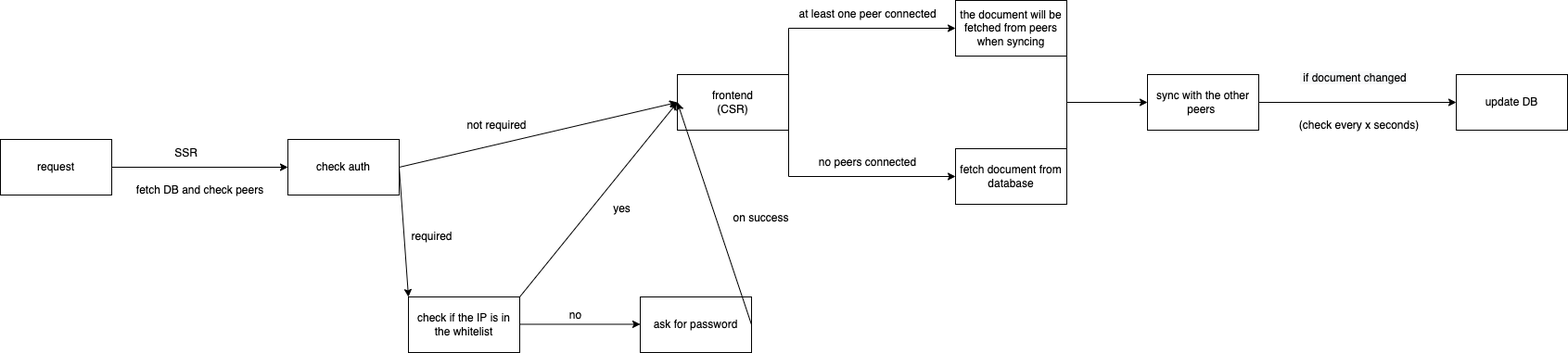
This is assets/bytecrowds.drawio.png from Bytecrowds/bytecrowds, a draw.io export, as it was before one commit. Source tidied: cells renumbered, new cells last; positions are measured from the earlier drawing's top-left corner, leaving out a move shared by most shapes.
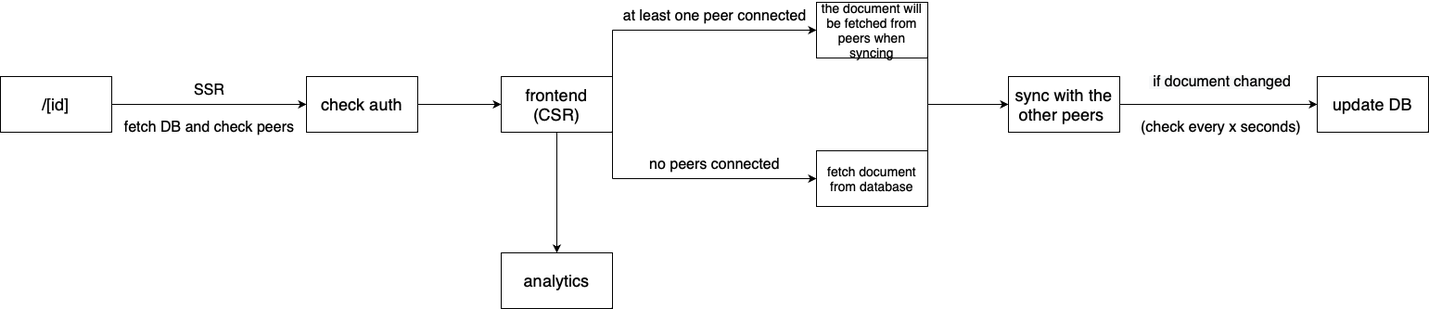
The same diagram one commit later.

Change to the diagram source:
```diff
@@ -2,127 +2,97 @@
   <root>
     <mxCell id="0" />
     <mxCell id="1" parent="0" />
-    <mxCell id="2" value="request" style="rounded=0;whiteSpace=wrap;html=1;fontSize=12;" parent="1" vertex="1">
+    <mxCell id="2" value="&lt;font style=&quot;font-size: 18px;&quot;&gt;/[id]&lt;/font&gt;" style="rounded=0;whiteSpace=wrap;html=1;fontSize=12;" parent="1" vertex="1">
       <mxGeometry y="150" width="120" height="60" as="geometry" />
     </mxCell>
     <mxCell id="3" style="endArrow=classic;html=1;rounded=0;entryX=0;entryY=0.5;entryDx=0;entryDy=0;exitX=1;exitY=0.5;exitDx=0;exitDy=0;startArrow=none;" parent="1" edge="1" source="22" target="4">
       <mxGeometry relative="1" as="geometry" />
     </mxCell>
-    <mxCell id="4" value="frontend&lt;br&gt;(CSR)" style="rounded=0;whiteSpace=wrap;html=1;" parent="1" vertex="1">
-      <mxGeometry x="730" y="80" width="120" height="60" as="geometry" />
+    <mxCell id="4" value="&lt;font style=&quot;font-size: 18px;&quot;&gt;frontend&lt;br&gt;(CSR)&lt;/font&gt;" style="rounded=0;whiteSpace=wrap;html=1;" parent="1" vertex="1">
+      <mxGeometry x="540" y="150" width="120" height="60" as="geometry" />
     </mxCell>
-    <mxCell id="5" value="SSR" style="text;html=1;align=center;verticalAlign=middle;strokeColor=none;fillColor=none;" parent="1" vertex="1">
-      <mxGeometry x="175" y="150" width="50" height="30" as="geometry" />
+    <mxCell id="5" value="&lt;font style=&quot;font-size: 16px;&quot;&gt;SSR&lt;/font&gt;" style="text;html=1;align=center;verticalAlign=middle;strokeColor=none;fillColor=none;" parent="1" vertex="1">
+      <mxGeometry x="195" y="150" width="60" height="30" as="geometry" />
     </mxCell>
-    <mxCell id="6" value="fetch DB and check peers" style="text;html=1;align=center;verticalAlign=middle;strokeColor=none;fillColor=none;" parent="1" vertex="1">
-      <mxGeometry x="135" y="190" width="160" height="30" as="geometry" />
+    <mxCell id="6" value="&lt;font style=&quot;font-size: 16px;&quot;&gt;fetch DB and check peers&lt;/font&gt;" style="text;html=1;align=center;verticalAlign=middle;strokeColor=none;fillColor=none;" parent="1" vertex="1">
+      <mxGeometry x="120" y="190" width="210" height="30" as="geometry" />
     </mxCell>
-    <mxCell id="7" value="at least one peer connected" style="text;html=1;align=center;verticalAlign=middle;strokeColor=none;fillColor=none;fontSize=12;" parent="1" vertex="1">
-      <mxGeometry x="850" width="170" height="30" as="geometry" />
+    <mxCell id="7" value="&lt;font style=&quot;font-size: 16px;&quot;&gt;at least one peer connected&lt;/font&gt;" style="text;html=1;align=center;verticalAlign=middle;strokeColor=none;fillColor=none;fontSize=12;" parent="1" vertex="1">
+      <mxGeometry x="660" y="70" width="220" height="30" as="geometry" />
     </mxCell>
-    <mxCell id="8" value="sync with the other peers&amp;nbsp;" style="rounded=0;whiteSpace=wrap;html=1;" parent="1" vertex="1">
-      <mxGeometry x="1237" y="80" width="120" height="60" as="geometry" />
+    <mxCell id="8" value="&lt;font style=&quot;font-size: 18px;&quot;&gt;sync with the other peers&amp;nbsp;&lt;/font&gt;" style="rounded=0;whiteSpace=wrap;html=1;" parent="1" vertex="1">
+      <mxGeometry x="1087" y="150" width="120" height="60" as="geometry" />
     </mxCell>
     <mxCell id="9" style="endArrow=classic;html=1;rounded=0;entryX=0;entryY=0.5;entryDx=0;entryDy=0;" parent="1" edge="1" target="8">
       <mxGeometry relative="1" as="geometry">
-        <mxPoint x="1150" y="110" as="sourcePoint" />
+        <mxPoint x="1000" y="180" as="sourcePoint" />
       </mxGeometry>
     </mxCell>
     <mxCell id="10" style="endArrow=none;html=1;rounded=0;fontSize=12;" parent="1" edge="1">
       <mxGeometry relative="1" as="geometry">
-        <mxPoint x="850" y="140" as="sourcePoint" />
-        <mxPoint x="850" y="190" as="targetPoint" />
+        <mxPoint x="660" y="210" as="sourcePoint" />
+        <mxPoint x="660" y="260" as="targetPoint" />
       </mxGeometry>
     </mxCell>
     <mxCell id="11" style="endArrow=classic;html=1;rounded=0;entryX=0;entryY=0.5;entryDx=0;entryDy=0;" parent="1" edge="1" target="12">
       <mxGeometry relative="1" as="geometry">
-        <mxPoint x="850" y="190" as="sourcePoint" />
+        <mxPoint x="660" y="260" as="sourcePoint" />
       </mxGeometry>
     </mxCell>
-    <mxCell id="12" value="fetch document from database" style="rounded=0;whiteSpace=wrap;html=1;" parent="1" vertex="1">
-      <mxGeometry x="1030" y="160" width="120" height="60" as="geometry" />
+    <mxCell id="12" value="&lt;font style=&quot;font-size: 14px;&quot;&gt;fetch document from database&lt;/font&gt;" style="rounded=0;whiteSpace=wrap;html=1;" parent="1" vertex="1">
+      <mxGeometry x="880" y="230" width="120" height="60" as="geometry" />
     </mxCell>
-    <mxCell id="13" value="no peers connected" style="text;html=1;align=center;verticalAlign=middle;strokeColor=none;fillColor=none;fontSize=12;" parent="1" vertex="1">
-      <mxGeometry x="870" y="160" width="130" height="30" as="geometry" />
+    <mxCell id="13" value="&lt;font style=&quot;font-size: 16px;&quot;&gt;no peers connected&lt;/font&gt;" style="text;html=1;align=center;verticalAlign=middle;strokeColor=none;fillColor=none;fontSize=12;" parent="1" vertex="1">
+      <mxGeometry x="690" y="230" width="160" height="30" as="geometry" />
     </mxCell>
     <mxCell id="14" style="endArrow=none;html=1;rounded=0;fontSize=12;" parent="1" edge="1">
       <mxGeometry relative="1" as="geometry">
-        <mxPoint x="850" y="30" as="sourcePoint" />
-        <mxPoint x="850" y="80" as="targetPoint" />
+        <mxPoint x="660" y="100" as="sourcePoint" />
+        <mxPoint x="660" y="150" as="targetPoint" />
       </mxGeometry>
     </mxCell>
-    <mxCell id="15" style="endArrow=classic;html=1;rounded=0;entryX=0;entryY=0.5;entryDx=0;entryDy=0;" parent="1" edge="1">
+    <mxCell id="15" style="endArrow=classic;html=1;rounded=0;entryX=0;entryY=0.5;entryDx=0;entryDy=0;" parent="1" edge="1" target="16">
       <mxGeometry relative="1" as="geometry">
-        <mxPoint x="850" y="30" as="sourcePoint" />
-        <mxPoint x="1030" y="30" as="targetPoint" />
+        <mxPoint x="660" y="100" as="sourcePoint" />
       </mxGeometry>
     </mxCell>
-    <mxCell id="16" value="the document will be fetched from peers when syncing" style="rounded=0;whiteSpace=wrap;html=1;fontSize=12;" parent="1" vertex="1">
-      <mxGeometry x="1030" width="120" height="60" as="geometry" />
+    <mxCell id="16" value="&lt;font style=&quot;font-size: 14px;&quot;&gt;the document will be fetched from peers when syncing&lt;/font&gt;" style="rounded=0;whiteSpace=wrap;html=1;fontSize=12;" parent="1" vertex="1">
+      <mxGeometry x="880" y="70" width="120" height="60" as="geometry" />
     </mxCell>
     <mxCell id="17" style="endArrow=none;html=1;rounded=0;fontSize=12;entryX=1;entryY=1;entryDx=0;entryDy=0;exitX=1;exitY=0;exitDx=0;exitDy=0;" parent="1" edge="1" source="12" target="16">
       <mxGeometry relative="1" as="geometry" />
     </mxCell>
-    <mxCell id="18" value="&lt;meta charset=&quot;utf-8&quot;&gt;&lt;span style=&quot;color: rgb(0, 0, 0); font-family: Helvetica; font-size: 12px; font-style: normal; font-variant-ligatures: normal; font-variant-caps: normal; font-weight: 400; letter-spacing: normal; orphans: 2; text-align: center; text-indent: 0px; text-transform: none; widows: 2; word-spacing: 0px; -webkit-text-stroke-width: 0px; background-color: rgb(248, 249, 250); text-decoration-thickness: initial; text-decoration-style: initial; text-decoration-color: initial; float: none; display: inline !important;&quot;&gt;&amp;nbsp;if document changed&lt;/span&gt;" style="text;whiteSpace=wrap;html=1;fontSize=12;" parent="1" vertex="1">
-      <mxGeometry x="1400" y="70" width="150" height="40" as="geometry" />
+    <mxCell id="18" value="&lt;span style=&quot;color: rgb(0, 0, 0); font-family: Helvetica; font-style: normal; font-variant-ligatures: normal; font-variant-caps: normal; font-weight: 400; letter-spacing: normal; orphans: 2; text-indent: 0px; text-transform: none; widows: 2; word-spacing: 0px; -webkit-text-stroke-width: 0px; background-color: rgb(248, 249, 250); text-decoration-thickness: initial; float: none; display: inline !important;&quot;&gt;&lt;font style=&quot;font-size: 16px;&quot;&gt;&amp;nbsp;if document changed&lt;/font&gt;&lt;/span&gt;" style="text;whiteSpace=wrap;html=1;fontSize=12;align=center;" parent="1" vertex="1">
+      <mxGeometry x="1210" y="140" width="211" height="40" as="geometry" />
     </mxCell>
-    <mxCell id="19" value="(check every x seconds)" style="text;html=1;align=center;verticalAlign=middle;strokeColor=none;fillColor=none;fontSize=12;" parent="1" vertex="1">
-      <mxGeometry x="1390" y="120" width="150" height="30" as="geometry" />
+    <mxCell id="19" value="&lt;font style=&quot;font-size: 16px;&quot;&gt;(check every x seconds)&lt;/font&gt;" style="text;html=1;align=center;verticalAlign=middle;strokeColor=none;fillColor=none;fontSize=12;" parent="1" vertex="1">
+      <mxGeometry x="1215.5" y="190" width="200" height="30" as="geometry" />
     </mxCell>
     <mxCell id="20" style="endArrow=classic;html=1;rounded=0;exitX=1;exitY=0.5;exitDx=0;exitDy=0;" parent="1" edge="1" source="8">
       <mxGeometry relative="1" as="geometry">
-        <mxPoint x="1570" y="110" as="targetPoint" />
+        <mxPoint x="1420" y="180" as="targetPoint" />
       </mxGeometry>
     </mxCell>
-    <mxCell id="21" value="update DB" style="rounded=0;whiteSpace=wrap;html=1;" parent="1" vertex="1">
-      <mxGeometry x="1570" y="80" width="120" height="60" as="geometry" />
+    <mxCell id="21" value="&lt;font style=&quot;font-size: 18px;&quot;&gt;update DB&lt;/font&gt;" style="rounded=0;whiteSpace=wrap;html=1;" parent="1" vertex="1">
+      <mxGeometry x="1420" y="150" width="120" height="60" as="geometry" />
     </mxCell>
-    <mxCell id="22" value="check auth" style="rounded=0;whiteSpace=wrap;html=1;" parent="1" vertex="1">
-      <mxGeometry x="310" y="150" width="120" height="60" as="geometry" />
+    <mxCell id="22" value="&lt;font style=&quot;font-size: 18px;&quot;&gt;check auth&lt;/font&gt;" style="rounded=0;whiteSpace=wrap;html=1;" parent="1" vertex="1">
+      <mxGeometry x="330" y="150" width="120" height="60" as="geometry" />
     </mxCell>
     <mxCell id="23" style="endArrow=classic;html=1;rounded=0;exitX=1;exitY=0.5;exitDx=0;exitDy=0;entryX=0;entryY=0.5;entryDx=0;entryDy=0;" parent="1" edge="1" source="2" target="22">
       <mxGeometry relative="1" as="geometry" />
     </mxCell>
-    <mxCell id="24" value="not required" style="text;html=1;align=center;verticalAlign=middle;strokeColor=none;fillColor=none;" parent="1" vertex="1">
-      <mxGeometry x="490" y="120" width="90" height="30" as="geometry" />
-    </mxCell>
-    <mxCell id="25" style="endArrow=classic;html=1;rounded=0;exitX=1;exitY=0.5;exitDx=0;exitDy=0;entryX=0;entryY=0;entryDx=0;entryDy=0;" parent="1" edge="1" source="22" target="27">
-      <mxGeometry relative="1" as="geometry" />
-    </mxCell>
-    <mxCell id="26" value="required" style="text;html=1;align=center;verticalAlign=middle;strokeColor=none;fillColor=none;" parent="1" vertex="1">
-      <mxGeometry x="430" y="240" width="70" height="30" as="geometry" />
-    </mxCell>
-    <mxCell id="27" value="check if the IP is in the whitelist" style="rounded=0;whiteSpace=wrap;html=1;" parent="1" vertex="1">
-      <mxGeometry x="440" y="320" width="120" height="60" as="geometry" />
-    </mxCell>
-    <mxCell id="28" style="endArrow=classic;html=1;rounded=0;exitX=1;exitY=0;exitDx=0;exitDy=0;entryX=0;entryY=0.5;entryDx=0;entryDy=0;" parent="1" edge="1" source="27" target="4">
-      <mxGeometry relative="1" as="geometry" />
-    </mxCell>
-    <mxCell id="29" value="yes" style="text;html=1;align=center;verticalAlign=middle;strokeColor=none;fillColor=none;" parent="1" vertex="1">
-      <mxGeometry x="650" y="210" width="40" height="30" as="geometry" />
-    </mxCell>
-    <mxCell id="30" style="endArrow=classic;html=1;rounded=0;entryX=0;entryY=0.5;entryDx=0;entryDy=0;exitX=1;exitY=0.5;exitDx=0;exitDy=0;startArrow=none;" parent="1" edge="1">
-      <mxGeometry relative="1" as="geometry">
-        <mxPoint x="560" y="349.5" as="sourcePoint" />
-        <mxPoint x="690" y="349.5" as="targetPoint" />
-      </mxGeometry>
-    </mxCell>
-    <mxCell id="31" value="no" style="text;html=1;align=center;verticalAlign=middle;strokeColor=none;fillColor=none;" parent="1" vertex="1">
-      <mxGeometry x="600" y="325" width="40" height="30" as="geometry" />
-    </mxCell>
-    <mxCell id="32" value="ask for password" style="rounded=0;whiteSpace=wrap;html=1;" parent="1" vertex="1">
-      <mxGeometry x="690" y="320" width="120" height="60" as="geometry" />
-    </mxCell>
-    <mxCell id="33" style="endArrow=classic;html=1;rounded=0;exitX=1;exitY=0.5;exitDx=0;exitDy=0;" parent="1" edge="1" source="32">
+    <mxCell id="33" style="endArrow=classic;html=1;rounded=0;exitX=1;exitY=0.5;exitDx=0;exitDy=0;" parent="1" edge="1">
       <mxGeometry relative="1" as="geometry">
+        <mxPoint x="810" y="350" as="sourcePoint" />
         <mxPoint x="810" y="350" as="targetPoint" />
       </mxGeometry>
     </mxCell>
-    <mxCell id="34" style="endArrow=classic;html=1;rounded=0;entryX=0;entryY=0.5;entryDx=0;entryDy=0;exitX=1;exitY=0.5;exitDx=0;exitDy=0;startArrow=none;" parent="1" edge="1" source="32" target="4">
-      <mxGeometry relative="1" as="geometry" />
-    </mxCell>
-    <mxCell id="35" value="on success" style="text;html=1;align=center;verticalAlign=middle;strokeColor=none;fillColor=none;" parent="1" vertex="1">
-      <mxGeometry x="780" y="220" width="80" height="30" as="geometry" />
-    </mxCell>
+    <mxCell id="36" style="endArrow=classic;html=1;rounded=0;fontSize=18;exitX=0.5;exitY=1;exitDx=0;exitDy=0;entryX=0.5;entryY=0;entryDx=0;entryDy=0;" parent="1" edge="1" source="4" target="37">
+      <mxGeometry relative="1" as="geometry" />
+    </mxCell>
+    <mxCell id="37" value="&lt;font style=&quot;font-size: 18px;&quot;&gt;analytics&lt;/font&gt;" style="rounded=0;whiteSpace=wrap;html=1;" parent="1" vertex="1">
+      <mxGeometry x="540" y="340" width="120" height="60" as="geometry" />
+    </mxCell>
   </root>
 </mxGraphModel>
```
